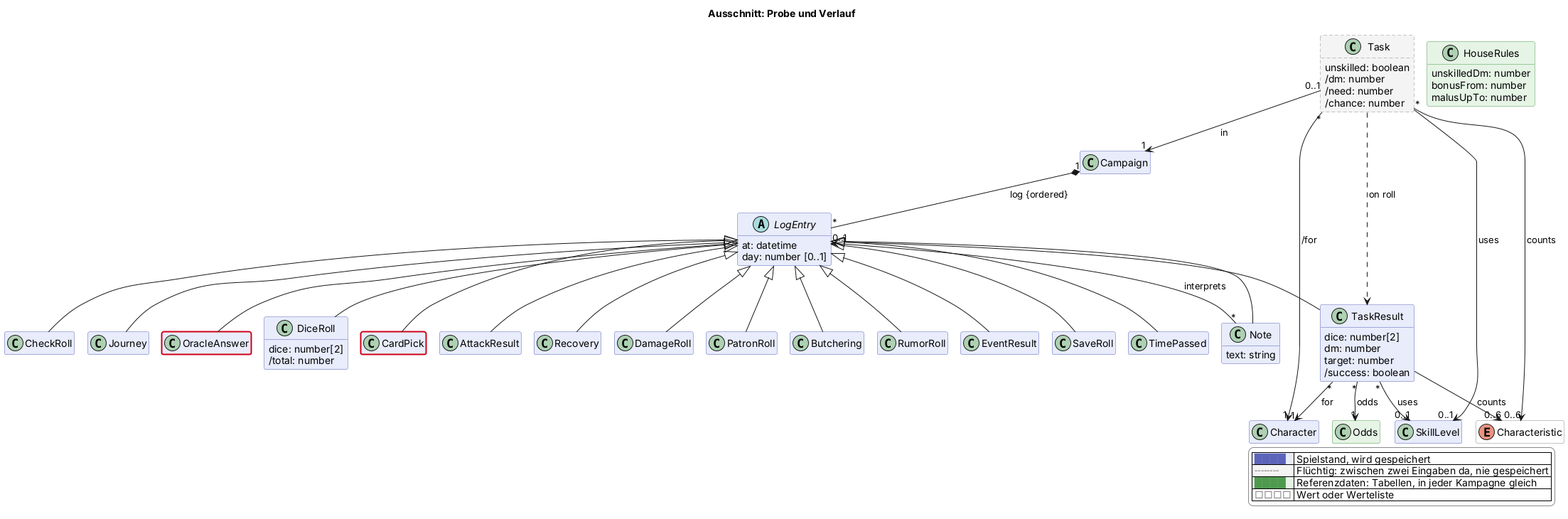
The PlantUML diagram docs/views/probe.png in scuzzar/SRE, before a commit. The source it was exported from:
```plantuml
@startuml
!if %not(%variable_exists("$change"))
!$change = "*"
!endif
!function $marked($c)
!return $change == "*" || $change == $c
!endfunction
!function $new($c, $t)
!if $marked($c)
!return "<color:#d0021b><b>" + $t + "</b></color>"
!endif
!return $t
!endfunction
!procedure $gone($c, $t)
!if $marked($c)
<color:#d0021b><s>$t</s></color>
!endif
!endprocedure
!function $newClass($c)
!if $marked($c)
!return "#line:d0021b;line.bold"
!endif
!return ""
!endfunction
!function $newArrow($c)
!if $marked($c)
!return "[#d0021b,bold]"
!endif
!return ""
!endfunction
!function $goneArrow($c)
!if $marked($c)
!return "[#d0021b,dashed]"
!endif
!return ""
!endfunction
!pragma layout smetana
title Ausschnitt: Probe und Verlauf
hide empty members
hide methods
skinparam classAttributeIconSize 0
skinparam shadowing false
skinparam packageStyle rectangle
skinparam class {
  BackgroundColor #e8ecfb
  BorderColor #5b64b8
  BackgroundColor<<transient>> #f4f4f4
  BorderColor<<transient>> #8a8a8a
  BackgroundColor<<reference>> #e6f4e6
  BorderColor<<reference>> #4f9a4f
  BackgroundColor<<value>> #ffffff
  BorderColor<<value>> #8a8a8a
}
skinparam legendBackgroundColor #ffffff
skinparam legendBorderColor #8a8a8a
<style>
classDiagram {
  class {
    .transient {
      LineStyle 5-3
    }
  }
}
</style>
hide <<transient>> stereotype
hide <<reference>> stereotype
hide <<value>> stereotype

  class Campaign $kampagne
  class Character $charakter
  class SkillLevel $charakter



  abstract class LogEntry $probe {
    at: datetime
    day: number [0..1]
  }
  class OracleAnswer $karte
  class DiceRoll $probe {
    dice: number[2]
    /total: number
  }
  class CardPick $karte
  class Note $probe {
    text: string
  }
  class PatronRoll $begegnung
  class Butchering $begegnung
  class RumorRoll $begegnung
  class EventResult $begegnung
  class SaveRoll $begegnung

  class TimePassed $reise
  class CheckRoll $reise
  class Journey $reise

  class Task <<transient>> $probe {
    unskilled: boolean
    /dm: number
    /need: number
    /chance: number
  }
  class TaskResult $probe {
    dice: number[2]
    dm: number
    target: number
    /success: boolean
  }
  class AttackResult $kampf
  class Recovery $kampf
  class DamageRoll $kampf

  class Odds <<reference>> $karte
  class HouseRules <<reference>> $probe {
    unskilledDm: number
    bonusFrom: number
    malusUpTo: number
  }
  enum Characteristic <<value>> $charakter

Campaign "1" *-- "*" LogEntry : log {ordered}

LogEntry <|-- TimePassed
LogEntry <|-- CheckRoll
LogEntry <|-- Journey






LogEntry <|-- OracleAnswer
LogEntry <|-- DiceRoll
LogEntry <|-- CardPick
LogEntry <|-- TaskResult
LogEntry <|-- AttackResult
LogEntry <|-- DamageRoll
LogEntry <|-- Recovery
LogEntry <|-- Note
LogEntry <|-- PatronRoll
LogEntry <|-- RumorRoll
LogEntry <|-- Butchering
Note "*" --> "0..1" LogEntry : interprets
TaskResult "*" --> "1" Character : for
TaskResult "*" --> "0..1" SkillLevel : uses
TaskResult --> "0..6" Characteristic : counts
TaskResult "*" --> "1" Odds : odds

Task "0..1" --> "1" Campaign : in
Task "*" --> "1" Character : /for
Task "*" --> "0..1" SkillLevel : uses
Task --> "0..6" Characteristic : counts
Task ..> TaskResult : on roll


LogEntry <|-- EventResult
LogEntry <|-- SaveRoll



legend right
  |<#e8ecfb> <color:#5b64b8>████</color> | Spielstand, wird gespeichert |
  |<#f4f4f4> <color:#8a8a8a>╌╌╌╌</color> | Flüchtig: zwischen zwei Eingaben da, nie gespeichert |
  |<#e6f4e6> <color:#4f9a4f>████</color> | Referenzdaten: Tabellen, in jeder Kampagne gleich |
  |<#ffffff> <color:#8a8a8a>□□□□</color> | Wert oder Werteliste |
endlegend
class OracleAnswer #line:d0021b;line.bold
class CardPick #line:d0021b;line.bold
@enduml
```
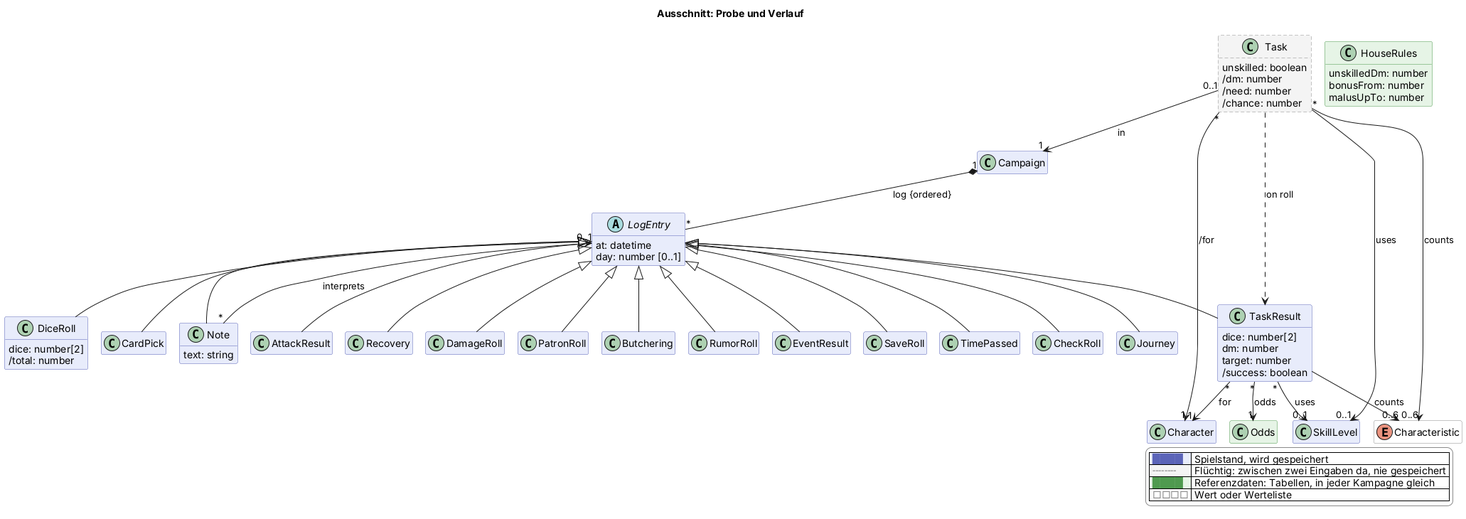
After the change.

Commit message:
Modell: Orakel auf der Karte (2026-11-14d) freigegeben

Change to the diagram source:
```diff
@@ -76,7 +76,6 @@
     at: datetime
     day: number [0..1]
   }
-  class OracleAnswer $karte
   class DiceRoll $probe {
     dice: number[2]
     /total: number
@@ -130,7 +129,6 @@
 
 
 
-LogEntry <|-- OracleAnswer
 LogEntry <|-- DiceRoll
 LogEntry <|-- CardPick
 LogEntry <|-- TaskResult
@@ -165,6 +163,4 @@
   |<#e6f4e6> <color:#4f9a4f>████</color> | Referenzdaten: Tabellen, in jeder Kampagne gleich |
   |<#ffffff> <color:#8a8a8a>□□□□</color> | Wert oder Werteliste |
 endlegend
-class OracleAnswer #line:d0021b;line.bold
-class CardPick #line:d0021b;line.bold
 @enduml
```
